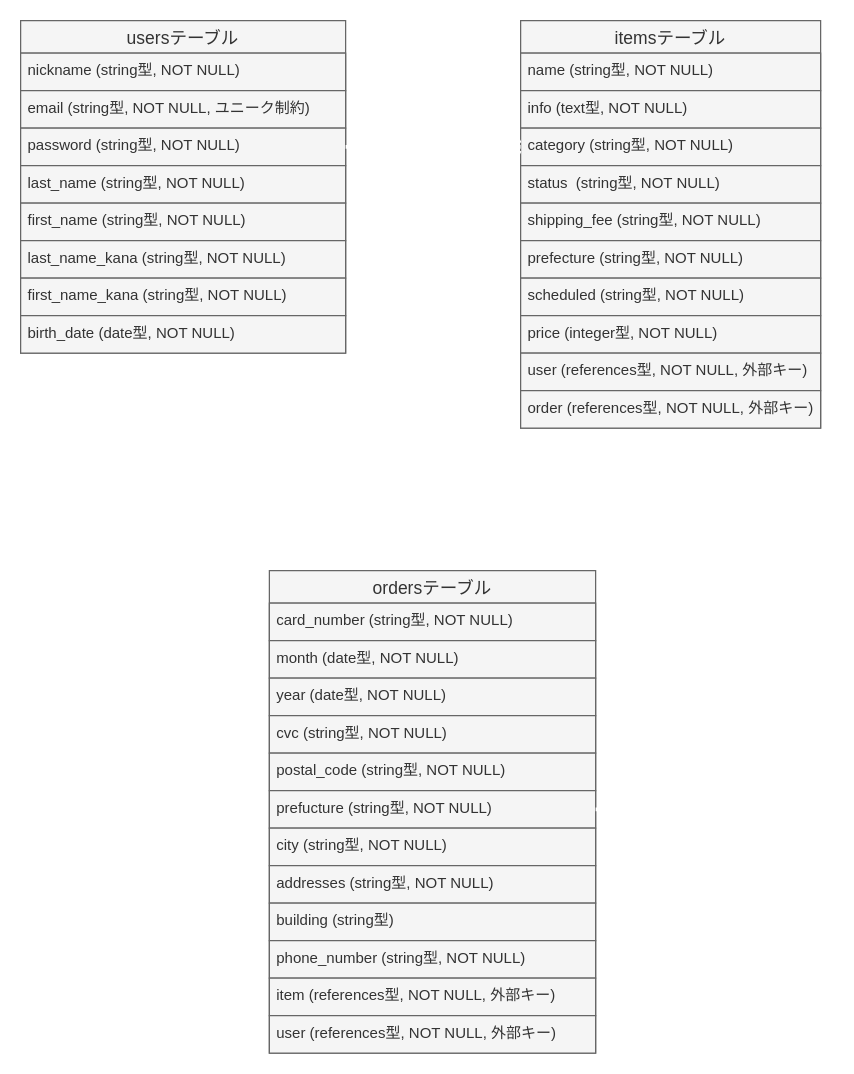
Before: furima-37325.dio in TakuKunimatsu/furima-37325, a draw.io diagram. Source tidied: cells renumbered, new cells numbered last; positions are measured from the earlier drawing's top-left corner, leaving out a move shared by most shapes. Both pictures are drawn from the tidied source at 125%, with x=0, y=0 at pixel (20, 20).
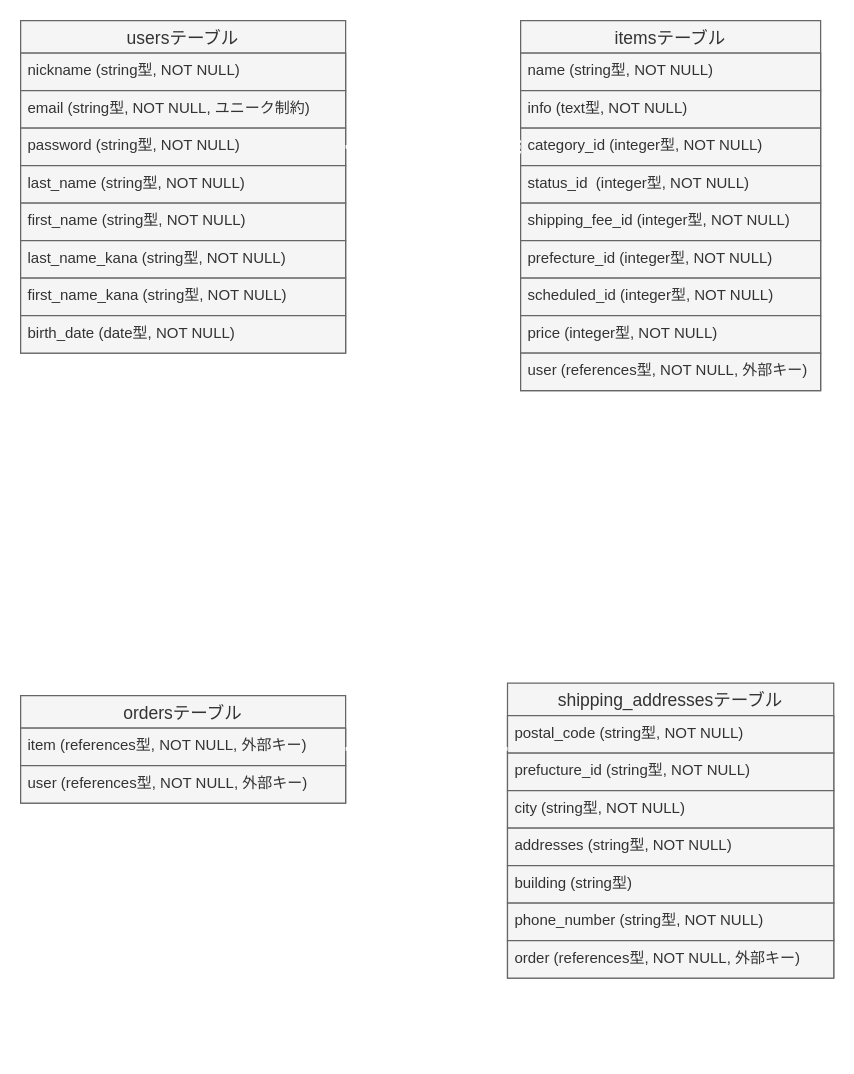
The same diagram, later.

Unchanged cells that the change refers to:
```xml
<mxCell id="10" value="birth_date (date型, NOT NULL)" style="text;strokeColor=#666666;fillColor=#f5f5f5;spacingLeft=4;spacingRight=4;overflow=hidden;points=[[0,0.5],[1,0.5]];portConstraint=eastwest;fontSize=12;fontColor=#333333;" parent="2" vertex="1">
  <mxGeometry y="236" width="260" height="30" as="geometry" />
</mxCell>
```

What changed in the source:
```diff
@@
     <mxCell id="11" value="itemsテーブル" style="swimlane;fontStyle=0;horizontal=1;startSize=26;align=center;fontSize=14;fillColor=#f5f5f5;fontColor=#333333;strokeColor=#666666;" parent="1" vertex="1">
-      <mxGeometry x="400" width="240" height="326" as="geometry" />
+      <mxGeometry x="400" width="240" height="296" as="geometry" />
     </mxCell>
@@
-    <mxCell id="14" value="category (string型, NOT NULL)" style="text;strokeColor=#666666;fillColor=#f5f5f5;spacingLeft=4;spacingRight=4;overflow=hidden;points=[[0,0.5],[1,0.5]];portConstraint=eastwest;fontSize=12;fontColor=#333333;" parent="11" vertex="1">
+    <mxCell id="14" value="category_id (integer型, NOT NULL)" style="text;strokeColor=#666666;fillColor=#f5f5f5;spacingLeft=4;spacingRight=4;overflow=hidden;points=[[0,0.5],[1,0.5]];portConstraint=eastwest;fontSize=12;fontColor=#333333;" parent="11" vertex="1">
       <mxGeometry y="86" width="240" height="30" as="geometry" />
     </mxCell>
-    <mxCell id="15" value="status  (string型, NOT NULL)" style="text;strokeColor=#666666;fillColor=#f5f5f5;spacingLeft=4;spacingRight=4;overflow=hidden;fontSize=12;fontColor=#333333;" parent="11" vertex="1">
+    <mxCell id="15" value="status_id  (integer型, NOT NULL)" style="text;strokeColor=#666666;fillColor=#f5f5f5;spacingLeft=4;spacingRight=4;overflow=hidden;fontSize=12;fontColor=#333333;" parent="11" vertex="1">
       <mxGeometry y="116" width="240" height="30" as="geometry" />
     </mxCell>
-    <mxCell id="16" value="shipping_fee (string型, NOT NULL)" style="text;strokeColor=#666666;fillColor=#f5f5f5;spacingLeft=4;spacingRight=4;overflow=hidden;fontSize=12;fontColor=#333333;" parent="11" vertex="1">
+    <mxCell id="16" value="shipping_fee_id (integer型, NOT NULL)" style="text;strokeColor=#666666;fillColor=#f5f5f5;spacingLeft=4;spacingRight=4;overflow=hidden;fontSize=12;fontColor=#333333;" parent="11" vertex="1">
       <mxGeometry y="146" width="240" height="30" as="geometry" />
     </mxCell>
-    <mxCell id="17" value="prefecture (string型, NOT NULL) " style="text;strokeColor=#666666;fillColor=#f5f5f5;spacingLeft=4;spacingRight=4;overflow=hidden;fontSize=12;fontColor=#333333;" parent="11" vertex="1">
+    <mxCell id="17" value="prefecture_id (integer型, NOT NULL) " style="text;strokeColor=#666666;fillColor=#f5f5f5;spacingLeft=4;spacingRight=4;overflow=hidden;fontSize=12;fontColor=#333333;" parent="11" vertex="1">
       <mxGeometry y="176" width="240" height="30" as="geometry" />
     </mxCell>
-    <mxCell id="18" value="scheduled (string型, NOT NULL)" style="text;strokeColor=#666666;fillColor=#f5f5f5;spacingLeft=4;spacingRight=4;overflow=hidden;fontSize=12;fontColor=#333333;" parent="11" vertex="1">
+    <mxCell id="18" value="scheduled_id (integer型, NOT NULL)" style="text;strokeColor=#666666;fillColor=#f5f5f5;spacingLeft=4;spacingRight=4;overflow=hidden;fontSize=12;fontColor=#333333;" parent="11" vertex="1">
       <mxGeometry y="206" width="240" height="30" as="geometry" />
     </mxCell>
@@
-    <mxCell id="21" value="order (references型, NOT NULL, 外部キー)" style="text;strokeColor=#666666;fillColor=#f5f5f5;spacingLeft=4;spacingRight=4;overflow=hidden;points=[[0,0.5],[1,0.5]];portConstraint=eastwest;fontSize=12;fontColor=#333333;" parent="11" vertex="1">
-      <mxGeometry y="296" width="240" height="30" as="geometry" />
-    </mxCell>
@@
-    <mxCell id="23" value="ordersテーブル" style="swimlane;fontStyle=0;horizontal=1;startSize=26;align=center;fontSize=14;fillColor=#f5f5f5;fontColor=#333333;strokeColor=#666666;" parent="1" vertex="1">
-      <mxGeometry x="199" y="440" width="261" height="386" as="geometry" />
+    <mxCell id="23" value="shipping_addressesテーブル" style="swimlane;fontStyle=0;horizontal=1;startSize=26;align=center;fontSize=14;fillColor=#f5f5f5;fontColor=#333333;strokeColor=#666666;" parent="1" vertex="1">
+      <mxGeometry x="389.5" y="530" width="261" height="236" as="geometry" />
     </mxCell>
-    <mxCell id="24" value="card_number (string型, NOT NULL)" style="text;strokeColor=#666666;fillColor=#f5f5f5;spacingLeft=4;spacingRight=4;overflow=hidden;fontSize=12;fontColor=#333333;" parent="23" vertex="1">
-      <mxGeometry y="26" width="261" height="30" as="geometry" />
-    </mxCell>
-    <mxCell id="25" value="month (date型, NOT NULL)" style="text;strokeColor=#666666;fillColor=#f5f5f5;spacingLeft=4;spacingRight=4;overflow=hidden;fontSize=12;fontColor=#333333;" parent="23" vertex="1">
-      <mxGeometry y="56" width="261" height="30" as="geometry" />
-    </mxCell>
-    <mxCell id="26" value="year (date型, NOT NULL)" style="text;strokeColor=#666666;fillColor=#f5f5f5;spacingLeft=4;spacingRight=4;overflow=hidden;fontSize=12;fontColor=#333333;" parent="23" vertex="1">
-      <mxGeometry y="86" width="261" height="30" as="geometry" />
-    </mxCell>
-    <mxCell id="27" value="cvc (string型, NOT NULL)" style="text;strokeColor=#666666;fillColor=#f5f5f5;spacingLeft=4;spacingRight=4;overflow=hidden;fontSize=12;fontColor=#333333;" parent="23" vertex="1">
-      <mxGeometry y="116" width="261" height="30" as="geometry" />
-    </mxCell>
     <mxCell id="28" value="postal_code (string型, NOT NULL)" style="text;strokeColor=#666666;fillColor=#f5f5f5;spacingLeft=4;spacingRight=4;overflow=hidden;fontSize=12;fontColor=#333333;" parent="23" vertex="1">
-      <mxGeometry y="146" width="261" height="30" as="geometry" />
+      <mxGeometry y="26" width="261" height="30" as="geometry" />
     </mxCell>
-    <mxCell id="29" value="prefucture (string型, NOT NULL)" style="text;strokeColor=#666666;fillColor=#f5f5f5;spacingLeft=4;spacingRight=4;overflow=hidden;points=[[0,0.5],[1,0.5]];portConstraint=eastwest;fontSize=12;fontColor=#333333;" parent="23" vertex="1">
-      <mxGeometry y="176" width="261" height="30" as="geometry" />
+    <mxCell id="29" value="prefucture_id (string型, NOT NULL)" style="text;strokeColor=#666666;fillColor=#f5f5f5;spacingLeft=4;spacingRight=4;overflow=hidden;points=[[0,0.5],[1,0.5]];portConstraint=eastwest;fontSize=12;fontColor=#333333;" parent="23" vertex="1">
+      <mxGeometry y="56" width="261" height="30" as="geometry" />
     </mxCell>
     <mxCell id="30" value="city (string型, NOT NULL)" style="text;strokeColor=#666666;fillColor=#f5f5f5;spacingLeft=4;spacingRight=4;overflow=hidden;fontSize=12;fontColor=#333333;" parent="23" vertex="1">
-      <mxGeometry y="206" width="261" height="30" as="geometry" />
+      <mxGeometry y="86" width="261" height="30" as="geometry" />
     </mxCell>
     <mxCell id="31" value="addresses (string型, NOT NULL)" style="text;strokeColor=#666666;fillColor=#f5f5f5;spacingLeft=4;spacingRight=4;overflow=hidden;fontSize=12;fontColor=#333333;" parent="23" vertex="1">
-      <mxGeometry y="236" width="261" height="30" as="geometry" />
+      <mxGeometry y="116" width="261" height="30" as="geometry" />
     </mxCell>
     <mxCell id="32" value="building (string型)" style="text;strokeColor=#666666;fillColor=#f5f5f5;spacingLeft=4;spacingRight=4;overflow=hidden;fontSize=12;fontColor=#333333;" parent="23" vertex="1">
-      <mxGeometry y="266" width="261" height="30" as="geometry" />
+      <mxGeometry y="146" width="261" height="30" as="geometry" />
     </mxCell>
     <mxCell id="33" value="phone_number (string型, NOT NULL)" style="text;strokeColor=#666666;fillColor=#f5f5f5;spacingLeft=4;spacingRight=4;overflow=hidden;fontSize=12;fontColor=#333333;" parent="23" vertex="1">
-      <mxGeometry y="296" width="261" height="30" as="geometry" />
+      <mxGeometry y="176" width="261" height="30" as="geometry" />
     </mxCell>
+    <mxCell id="21" value="order (references型, NOT NULL, 外部キー)" style="text;strokeColor=#666666;fillColor=#f5f5f5;spacingLeft=4;spacingRight=4;overflow=hidden;points=[[0,0.5],[1,0.5]];portConstraint=eastwest;fontSize=12;fontColor=#333333;" parent="23" vertex="1">
+      <mxGeometry y="206" width="261" height="30" as="geometry" />
+    </mxCell>
+    <mxCell id="38" value="ordersテーブル" style="swimlane;fontStyle=0;horizontal=1;startSize=26;align=center;fontSize=14;fillColor=#f5f5f5;fontColor=#333333;strokeColor=#666666;" parent="1" vertex="1">
+      <mxGeometry y="540" width="260" height="86" as="geometry" />
+    </mxCell>
-    <mxCell id="34" value="item (references型, NOT NULL, 外部キー)" style="text;strokeColor=#666666;fillColor=#f5f5f5;spacingLeft=4;spacingRight=4;overflow=hidden;fontSize=12;fontColor=#333333;" parent="23" vertex="1">
-      <mxGeometry y="326" width="261" height="30" as="geometry" />
+    <mxCell id="34" value="item (references型, NOT NULL, 外部キー)" style="text;strokeColor=#666666;fillColor=#f5f5f5;spacingLeft=4;spacingRight=4;overflow=hidden;fontSize=12;fontColor=#333333;" parent="38" vertex="1">
+      <mxGeometry y="26" width="260" height="30" as="geometry" />
     </mxCell>
-    <mxCell id="35" value="user (references型, NOT NULL, 外部キー)" style="text;strokeColor=#666666;fillColor=#f5f5f5;spacingLeft=4;spacingRight=4;overflow=hidden;fontSize=12;fontColor=#333333;" parent="23" vertex="1">
-      <mxGeometry y="356" width="261" height="30" as="geometry" />
+    <mxCell id="35" value="user (references型, NOT NULL, 外部キー)" style="text;strokeColor=#666666;fillColor=#f5f5f5;spacingLeft=4;spacingRight=4;overflow=hidden;fontSize=12;fontColor=#333333;" parent="38" vertex="1">
+      <mxGeometry y="56" width="260" height="30" as="geometry" />
     </mxCell>
-    <mxCell id="36" style="fontSize=12;html=1;endArrow=ERmandOne;startArrow=ERmandOne;entryX=1;entryY=0.5;entryDx=0;entryDy=0;exitX=0.505;exitY=1.04;exitDx=0;exitDy=0;exitPerimeter=0;strokeColor=#FFFFFF;strokeWidth=3;edgeStyle=orthogonalEdgeStyle;elbow=vertical;" parent="1" edge="1" source="21" target="29">
-      <mxGeometry relative="1" as="geometry">
-        <Array as="points">
-          <mxPoint x="521" y="631" />
-        </Array>
-      </mxGeometry>
-    </mxCell>
-    <mxCell id="37" style="edgeStyle=orthogonalEdgeStyle;fontSize=12;html=1;endArrow=ERoneToMany;entryX=-0.011;entryY=0.733;entryDx=0;entryDy=0;entryPerimeter=0;exitX=0.515;exitY=1.113;exitDx=0;exitDy=0;exitPerimeter=0;strokeWidth=3;strokeColor=#FFFFFF;" parent="1" edge="1" source="10" target="29">
-      <mxGeometry relative="1" as="geometry">
-        <Array as="points">
-          <mxPoint x="134" y="638" />
-        </Array>
-      </mxGeometry>
-    </mxCell>
+    <mxCell id="39" style="fontSize=12;html=1;endArrow=ERmandOne;startArrow=ERmandOne;strokeColor=#FFFFFF;strokeWidth=3;elbow=vertical;edgeStyle=orthogonalEdgeStyle;exitX=0.463;exitY=-0.039;exitDx=0;exitDy=0;exitPerimeter=0;" parent="1" edge="1" source="38">
+      <mxGeometry relative="1" as="geometry">
+        <mxPoint x="430" y="300" as="targetPoint" />
+        <Array as="points">
+          <mxPoint x="120" y="400" />
+          <mxPoint x="430" y="400" />
+        </Array>
+      </mxGeometry>
+    </mxCell>
+    <mxCell id="40" style="fontSize=12;html=1;endArrow=none;strokeColor=#FFFFFF;strokeWidth=3;elbow=vertical;startArrow=ERoneToMany;startFill=0;endFill=0;exitX=0.305;exitY=-0.019;exitDx=0;exitDy=0;exitPerimeter=0;" parent="1" edge="1" source="38">
+      <mxGeometry relative="1" as="geometry">
+        <mxPoint x="80" y="270" as="targetPoint" />
+      </mxGeometry>
+    </mxCell>
+    <mxCell id="41" style="fontSize=12;html=1;endArrow=ERmandOne;strokeColor=#FFFFFF;strokeWidth=3;elbow=vertical;endFill=0;startArrow=ERmandOne;startFill=0;" parent="1" edge="1">
+      <mxGeometry relative="1" as="geometry">
+        <mxPoint x="260" y="582.6" as="sourcePoint" />
+        <mxPoint x="389.5" y="582.6" as="targetPoint" />
+      </mxGeometry>
+    </mxCell>
```
